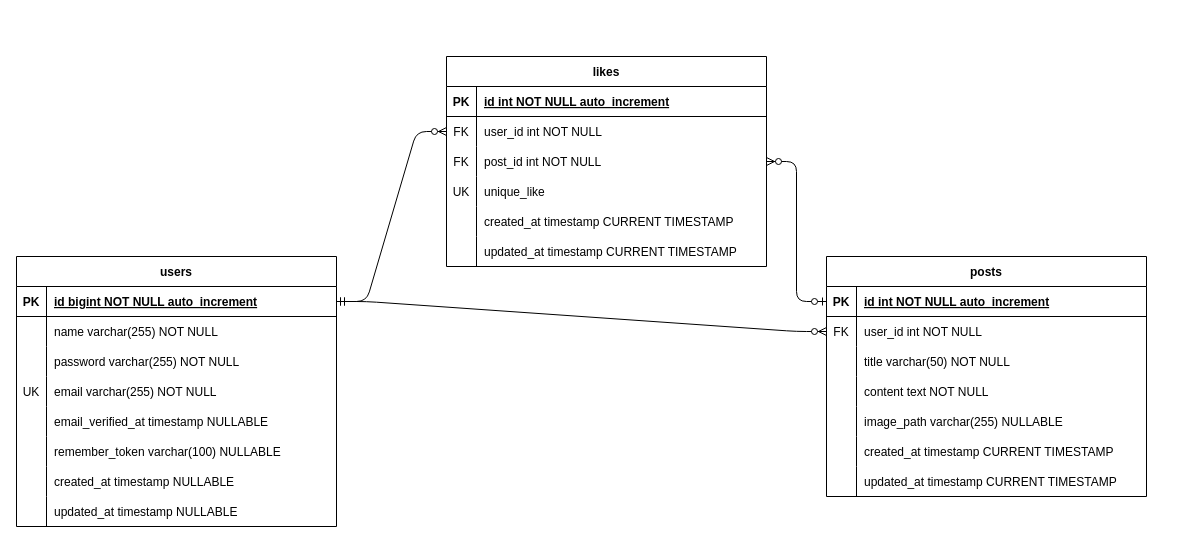
frontend-sou/portfolio keeps this draw.io diagram as pf.drawio. Above is the earlier version. Source tidied: cells renumbered, new cells numbered last; positions are measured from the earlier drawing's top-left corner, leaving out a move shared by most shapes. Both pictures are drawn from the tidied source at 100%, with x=0, y=0 at pixel (16, 56).
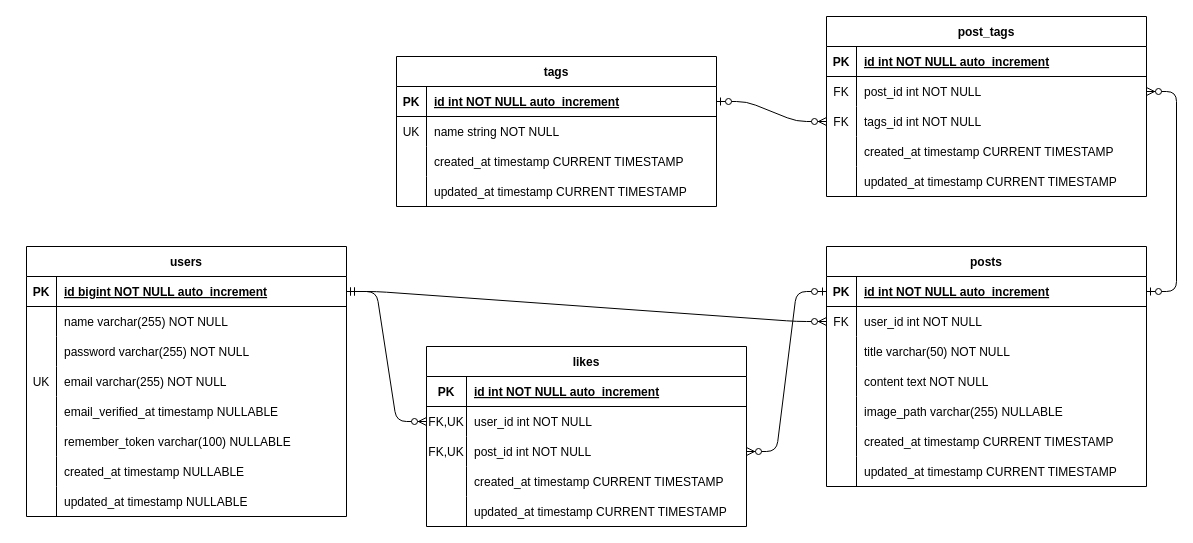
Above is the later version.

Unchanged cells that the change refers to:
```xml
<mxCell id="28" style="shape=tableRow;horizontal=0;startSize=0;swimlaneHead=0;swimlaneBody=0;fillColor=none;points=[[0,0.5],[1,0.5]];portConstraint=eastwest;top=0;left=0;right=0;bottom=1;" parent="27" vertex="1">
  <mxGeometry y="30" width="320" height="30" as="geometry" />
</mxCell>
<mxCell id="50" style="shape=tableRow;horizontal=0;startSize=0;swimlaneHead=0;swimlaneBody=0;fillColor=none;top=0;left=0;right=0;bottom=1;" parent="49" vertex="1">
  <mxGeometry y="30" width="320" height="30" as="geometry" />
</mxCell>
<mxCell id="53" style="shape=tableRow;horizontal=0;startSize=0;swimlaneHead=0;swimlaneBody=0;fillColor=none;points=[[0,0.5],[1,0.5]];portConstraint=eastwest;top=0;left=0;right=0;bottom=0;" parent="49" vertex="1">
  <mxGeometry y="60" width="320" height="30" as="geometry" />
</mxCell>
<mxCell id="56" style="shape=tableRow;horizontal=0;startSize=0;swimlaneHead=0;swimlaneBody=0;fillColor=none;points=[[0,0.5],[1,0.5]];portConstraint=eastwest;top=0;left=0;right=0;bottom=0;" parent="49" vertex="1">
  <mxGeometry y="90" width="320" height="30" as="geometry" />
</mxCell>
```

What changed in the source:
```diff
@@
     <mxCell id="2" value="users" style="shape=table;startSize=30;childLayout=tableLayout;rowLines=0;fontStyle=1;align=center;" parent="1" vertex="1">
-      <mxGeometry y="200" width="320" height="270" as="geometry" />
+      <mxGeometry x="10" y="190" width="320" height="270" as="geometry" />
     </mxCell>
@@
     <mxCell id="27" value="posts" style="shape=table;startSize=30;childLayout=tableLayout;rowLines=0;fontStyle=1;align=center;" parent="1" vertex="1">
-      <mxGeometry x="810" y="200" width="320" height="240" as="geometry" />
+      <mxGeometry x="810" y="190" width="320" height="240" as="geometry" />
     </mxCell>
@@
     <mxCell id="49" value="likes" style="shape=table;startSize=30;childLayout=tableLayout;rowLines=0;fontStyle=1;align=center;" parent="1" vertex="1">
-      <mxGeometry x="430" width="320" height="210" as="geometry" />
+      <mxGeometry x="410" y="290" width="320" height="180" as="geometry" />
     </mxCell>
@@
     <mxCell id="51" value="PK" style="shape=partialRectangle;fillColor=none;top=0;left=0;bottom=0;right=0;fontStyle=1;overflow=hidden;" parent="50" vertex="1">
-      <mxGeometry width="30" height="30" as="geometry" />
+      <mxGeometry width="40" height="30" as="geometry" />
     </mxCell>
     <mxCell id="52" value="id int NOT NULL auto_increment" style="shape=partialRectangle;fillColor=none;top=0;left=0;bottom=0;right=0;align=left;spacingLeft=6;fontStyle=5;overflow=hidden;" parent="50" vertex="1">
-      <mxGeometry x="30" width="290" height="30" as="geometry" />
+      <mxGeometry x="40" width="280" height="30" as="geometry" />
     </mxCell>
@@
-    <mxCell id="54" value="FK" style="shape=partialRectangle;fillColor=none;top=0;left=0;bottom=0;right=0;overflow=hidden;" parent="53" vertex="1">
-      <mxGeometry width="30" height="30" as="geometry" />
+    <mxCell id="54" value="FK,UK" style="shape=partialRectangle;fillColor=none;top=0;left=0;bottom=0;right=0;overflow=hidden;" parent="53" vertex="1">
+      <mxGeometry width="40" height="30" as="geometry" />
     </mxCell>
     <mxCell id="55" value="user_id int NOT NULL" style="shape=partialRectangle;fillColor=none;top=0;left=0;bottom=0;right=0;align=left;spacingLeft=6;overflow=hidden;" parent="53" vertex="1">
-      <mxGeometry x="30" width="290" height="30" as="geometry" />
+      <mxGeometry x="40" width="280" height="30" as="geometry" />
     </mxCell>
@@
-    <mxCell id="57" value="FK" style="shape=partialRectangle;fillColor=none;top=0;left=0;bottom=0;right=0;overflow=hidden;" parent="56" vertex="1">
-      <mxGeometry width="30" height="30" as="geometry" />
+    <mxCell id="57" value="FK,UK" style="shape=partialRectangle;fillColor=none;top=0;left=0;bottom=0;right=0;overflow=hidden;" parent="56" vertex="1">
+      <mxGeometry width="40" height="30" as="geometry" />
     </mxCell>
     <mxCell id="58" value="post_id int NOT NULL" style="shape=partialRectangle;fillColor=none;top=0;left=0;bottom=0;right=0;align=left;spacingLeft=6;overflow=hidden;" parent="56" vertex="1">
-      <mxGeometry x="30" width="290" height="30" as="geometry" />
+      <mxGeometry x="40" width="280" height="30" as="geometry" />
     </mxCell>
-    <mxCell id="59" style="shape=tableRow;horizontal=0;startSize=0;swimlaneHead=0;swimlaneBody=0;fillColor=none;top=0;left=0;right=0;bottom=0;" parent="49" vertex="1">
-      <mxGeometry y="120" width="320" height="30" as="geometry" />
-    </mxCell>
-    <mxCell id="60" value="UK" style="shape=partialRectangle;fillColor=none;top=0;left=0;bottom=0;right=0;overflow=hidden;" parent="59" vertex="1">
-      <mxGeometry width="30" height="30" as="geometry" />
-    </mxCell>
-    <mxCell id="61" value="unique_like" style="shape=partialRectangle;fillColor=none;top=0;left=0;bottom=0;right=0;align=left;spacingLeft=6;overflow=hidden;" parent="59" vertex="1">
-      <mxGeometry x="30" width="290" height="30" as="geometry" />
-    </mxCell>
     <mxCell id="62" style="shape=tableRow;horizontal=0;startSize=0;swimlaneHead=0;swimlaneBody=0;fillColor=none;top=0;left=0;right=0;bottom=0;" parent="49" vertex="1">
-      <mxGeometry y="150" width="320" height="30" as="geometry" />
+      <mxGeometry y="120" width="320" height="30" as="geometry" />
     </mxCell>
     <mxCell id="63" style="shape=partialRectangle;fillColor=none;top=0;left=0;bottom=0;right=0;overflow=hidden;" parent="62" vertex="1">
-      <mxGeometry width="30" height="30" as="geometry" />
+      <mxGeometry width="40" height="30" as="geometry" />
     </mxCell>
     <mxCell id="64" value="created_at timestamp CURRENT TIMESTAMP" style="shape=partialRectangle;fillColor=none;top=0;left=0;bottom=0;right=0;align=left;spacingLeft=6;overflow=hidden;" parent="62" vertex="1">
-      <mxGeometry x="30" width="290" height="30" as="geometry" />
+      <mxGeometry x="40" width="280" height="30" as="geometry" />
     </mxCell>
     <mxCell id="65" style="shape=tableRow;horizontal=0;startSize=0;swimlaneHead=0;swimlaneBody=0;fillColor=none;top=0;left=0;right=0;bottom=0;" parent="49" vertex="1">
-      <mxGeometry y="180" width="320" height="30" as="geometry" />
+      <mxGeometry y="150" width="320" height="30" as="geometry" />
     </mxCell>
     <mxCell id="66" style="shape=partialRectangle;fillColor=none;top=0;left=0;bottom=0;right=0;overflow=hidden;" parent="65" vertex="1">
-      <mxGeometry width="30" height="30" as="geometry" />
+      <mxGeometry width="40" height="30" as="geometry" />
     </mxCell>
     <mxCell id="67" value="updated_at timestamp CURRENT TIMESTAMP" style="shape=partialRectangle;fillColor=none;top=0;left=0;bottom=0;right=0;align=left;spacingLeft=6;overflow=hidden;" parent="65" vertex="1">
-      <mxGeometry x="30" width="290" height="30" as="geometry" />
+      <mxGeometry x="40" width="280" height="30" as="geometry" />
     </mxCell>
@@
+    <mxCell id="71" value="tags" style="shape=table;startSize=30;childLayout=tableLayout;rowLines=0;fontStyle=1;align=center;" parent="1" vertex="1">
+      <mxGeometry x="380" width="320" height="150" as="geometry" />
+    </mxCell>
+    <mxCell id="72" style="shape=tableRow;horizontal=0;startSize=0;swimlaneHead=0;swimlaneBody=0;fillColor=none;points=[[0,0.5],[1,0.5]];portConstraint=eastwest;top=0;left=0;right=0;bottom=1;" parent="71" vertex="1">
+      <mxGeometry y="30" width="320" height="30" as="geometry" />
+    </mxCell>
+    <mxCell id="73" value="PK" style="shape=partialRectangle;fillColor=none;top=0;left=0;bottom=0;right=0;fontStyle=1;overflow=hidden;" parent="72" vertex="1">
+      <mxGeometry width="30" height="30" as="geometry" />
+    </mxCell>
+    <mxCell id="74" value="id int NOT NULL auto_increment" style="shape=partialRectangle;fillColor=none;top=0;left=0;bottom=0;right=0;align=left;spacingLeft=6;fontStyle=5;overflow=hidden;" parent="72" vertex="1">
+      <mxGeometry x="30" width="290" height="30" as="geometry" />
+    </mxCell>
+    <mxCell id="75" style="shape=tableRow;horizontal=0;startSize=0;swimlaneHead=0;swimlaneBody=0;fillColor=none;top=0;left=0;right=0;bottom=0;" parent="71" vertex="1">
+      <mxGeometry y="60" width="320" height="30" as="geometry" />
+    </mxCell>
+    <mxCell id="60" value="UK" style="shape=partialRectangle;fillColor=none;top=0;left=0;bottom=0;right=0;overflow=hidden;" parent="75" vertex="1">
+      <mxGeometry width="30" height="30" as="geometry" />
+    </mxCell>
+    <mxCell id="76" value="name string NOT NULL" style="shape=partialRectangle;fillColor=none;top=0;left=0;bottom=0;right=0;align=left;spacingLeft=6;overflow=hidden;" parent="75" vertex="1">
+      <mxGeometry x="30" width="290" height="30" as="geometry" />
+    </mxCell>
+    <mxCell id="77" style="shape=tableRow;horizontal=0;startSize=0;swimlaneHead=0;swimlaneBody=0;fillColor=none;top=0;left=0;right=0;bottom=0;" parent="71" vertex="1">
+      <mxGeometry y="90" width="320" height="30" as="geometry" />
+    </mxCell>
+    <mxCell id="78" style="shape=partialRectangle;fillColor=none;top=0;left=0;bottom=0;right=0;overflow=hidden;" parent="77" vertex="1">
+      <mxGeometry width="30" height="30" as="geometry" />
+    </mxCell>
+    <mxCell id="79" value="created_at timestamp CURRENT TIMESTAMP" style="shape=partialRectangle;fillColor=none;top=0;left=0;bottom=0;right=0;align=left;spacingLeft=6;overflow=hidden;" parent="77" vertex="1">
+      <mxGeometry x="30" width="290" height="30" as="geometry" />
+    </mxCell>
+    <mxCell id="80" style="shape=tableRow;horizontal=0;startSize=0;swimlaneHead=0;swimlaneBody=0;fillColor=none;top=0;left=0;right=0;bottom=0;" parent="71" vertex="1">
+      <mxGeometry y="120" width="320" height="30" as="geometry" />
+    </mxCell>
+    <mxCell id="81" style="shape=partialRectangle;fillColor=none;top=0;left=0;bottom=0;right=0;overflow=hidden;" parent="80" vertex="1">
+      <mxGeometry width="30" height="30" as="geometry" />
+    </mxCell>
+    <mxCell id="82" value="updated_at timestamp CURRENT TIMESTAMP" style="shape=partialRectangle;fillColor=none;top=0;left=0;bottom=0;right=0;align=left;spacingLeft=6;overflow=hidden;" parent="80" vertex="1">
+      <mxGeometry x="30" width="290" height="30" as="geometry" />
+    </mxCell>
+    <mxCell id="83" value="post_tags" style="shape=table;startSize=30;childLayout=tableLayout;rowLines=0;fontStyle=1;align=center;" parent="1" vertex="1">
+      <mxGeometry x="810" y="-40" width="320" height="180" as="geometry" />
+    </mxCell>
+    <mxCell id="84" style="shape=tableRow;horizontal=0;startSize=0;swimlaneHead=0;swimlaneBody=0;fillColor=none;top=0;left=0;right=0;bottom=1;" parent="83" vertex="1">
+      <mxGeometry y="30" width="320" height="30" as="geometry" />
+    </mxCell>
+    <mxCell id="85" value="PK" style="shape=partialRectangle;fillColor=none;top=0;left=0;bottom=0;right=0;fontStyle=1;overflow=hidden;" parent="84" vertex="1">
+      <mxGeometry width="30" height="30" as="geometry" />
+    </mxCell>
+    <mxCell id="86" value="id int NOT NULL auto_increment" style="shape=partialRectangle;fillColor=none;top=0;left=0;bottom=0;right=0;align=left;spacingLeft=6;fontStyle=5;overflow=hidden;" parent="84" vertex="1">
+      <mxGeometry x="30" width="290" height="30" as="geometry" />
+    </mxCell>
+    <mxCell id="87" style="shape=tableRow;horizontal=0;startSize=0;swimlaneHead=0;swimlaneBody=0;fillColor=none;points=[[0,0.5],[1,0.5]];portConstraint=eastwest;top=0;left=0;right=0;bottom=0;" parent="83" vertex="1">
+      <mxGeometry y="60" width="320" height="30" as="geometry" />
+    </mxCell>
+    <mxCell id="88" value="FK" style="shape=partialRectangle;fillColor=none;top=0;left=0;bottom=0;right=0;overflow=hidden;" parent="87" vertex="1">
+      <mxGeometry width="30" height="30" as="geometry" />
+    </mxCell>
+    <mxCell id="89" value="post_id int NOT NULL" style="shape=partialRectangle;fillColor=none;top=0;left=0;bottom=0;right=0;align=left;spacingLeft=6;overflow=hidden;" parent="87" vertex="1">
+      <mxGeometry x="30" width="290" height="30" as="geometry" />
+    </mxCell>
+    <mxCell id="90" style="shape=tableRow;horizontal=0;startSize=0;swimlaneHead=0;swimlaneBody=0;fillColor=none;points=[[0,0.5],[1,0.5]];portConstraint=eastwest;top=0;left=0;right=0;bottom=0;" parent="83" vertex="1">
+      <mxGeometry y="90" width="320" height="30" as="geometry" />
+    </mxCell>
+    <mxCell id="91" value="FK" style="shape=partialRectangle;fillColor=none;top=0;left=0;bottom=0;right=0;overflow=hidden;" parent="90" vertex="1">
+      <mxGeometry width="30" height="30" as="geometry" />
+    </mxCell>
+    <mxCell id="92" value="tags_id int NOT NULL" style="shape=partialRectangle;fillColor=none;top=0;left=0;bottom=0;right=0;align=left;spacingLeft=6;overflow=hidden;" parent="90" vertex="1">
+      <mxGeometry x="30" width="290" height="30" as="geometry" />
+    </mxCell>
+    <mxCell id="93" style="shape=tableRow;horizontal=0;startSize=0;swimlaneHead=0;swimlaneBody=0;fillColor=none;top=0;left=0;right=0;bottom=0;" parent="83" vertex="1">
+      <mxGeometry y="120" width="320" height="30" as="geometry" />
+    </mxCell>
+    <mxCell id="94" style="shape=partialRectangle;fillColor=none;top=0;left=0;bottom=0;right=0;overflow=hidden;" parent="93" vertex="1">
+      <mxGeometry width="30" height="30" as="geometry" />
+    </mxCell>
+    <mxCell id="95" value="created_at timestamp CURRENT TIMESTAMP" style="shape=partialRectangle;fillColor=none;top=0;left=0;bottom=0;right=0;align=left;spacingLeft=6;overflow=hidden;" parent="93" vertex="1">
+      <mxGeometry x="30" width="290" height="30" as="geometry" />
+    </mxCell>
+    <mxCell id="96" style="shape=tableRow;horizontal=0;startSize=0;swimlaneHead=0;swimlaneBody=0;fillColor=none;top=0;left=0;right=0;bottom=0;" parent="83" vertex="1">
+      <mxGeometry y="150" width="320" height="30" as="geometry" />
+    </mxCell>
+    <mxCell id="97" style="shape=partialRectangle;fillColor=none;top=0;left=0;bottom=0;right=0;overflow=hidden;" parent="96" vertex="1">
+      <mxGeometry width="30" height="30" as="geometry" />
+    </mxCell>
+    <mxCell id="98" value="updated_at timestamp CURRENT TIMESTAMP" style="shape=partialRectangle;fillColor=none;top=0;left=0;bottom=0;right=0;align=left;spacingLeft=6;overflow=hidden;" parent="96" vertex="1">
+      <mxGeometry x="30" width="290" height="30" as="geometry" />
+    </mxCell>
+    <mxCell id="99" style="edgeStyle=entityRelationEdgeStyle;fontSize=12;html=1;endArrow=ERzeroToMany;startArrow=ERzeroToOne;exitX=1;exitY=0.5;exitDx=0;exitDy=0;entryX=0;entryY=0.5;entryDx=0;entryDy=0;" parent="1" edge="1" source="72" target="90">
+      <mxGeometry relative="1" as="geometry" />
+    </mxCell>
+    <mxCell id="100" style="edgeStyle=entityRelationEdgeStyle;fontSize=12;html=1;endArrow=ERzeroToMany;startArrow=ERzeroToOne;entryX=1;entryY=0.5;entryDx=0;entryDy=0;exitX=1;exitY=0.5;exitDx=0;exitDy=0;" parent="1" edge="1" source="28" target="87">
+      <mxGeometry relative="1" as="geometry" />
+    </mxCell>
```
